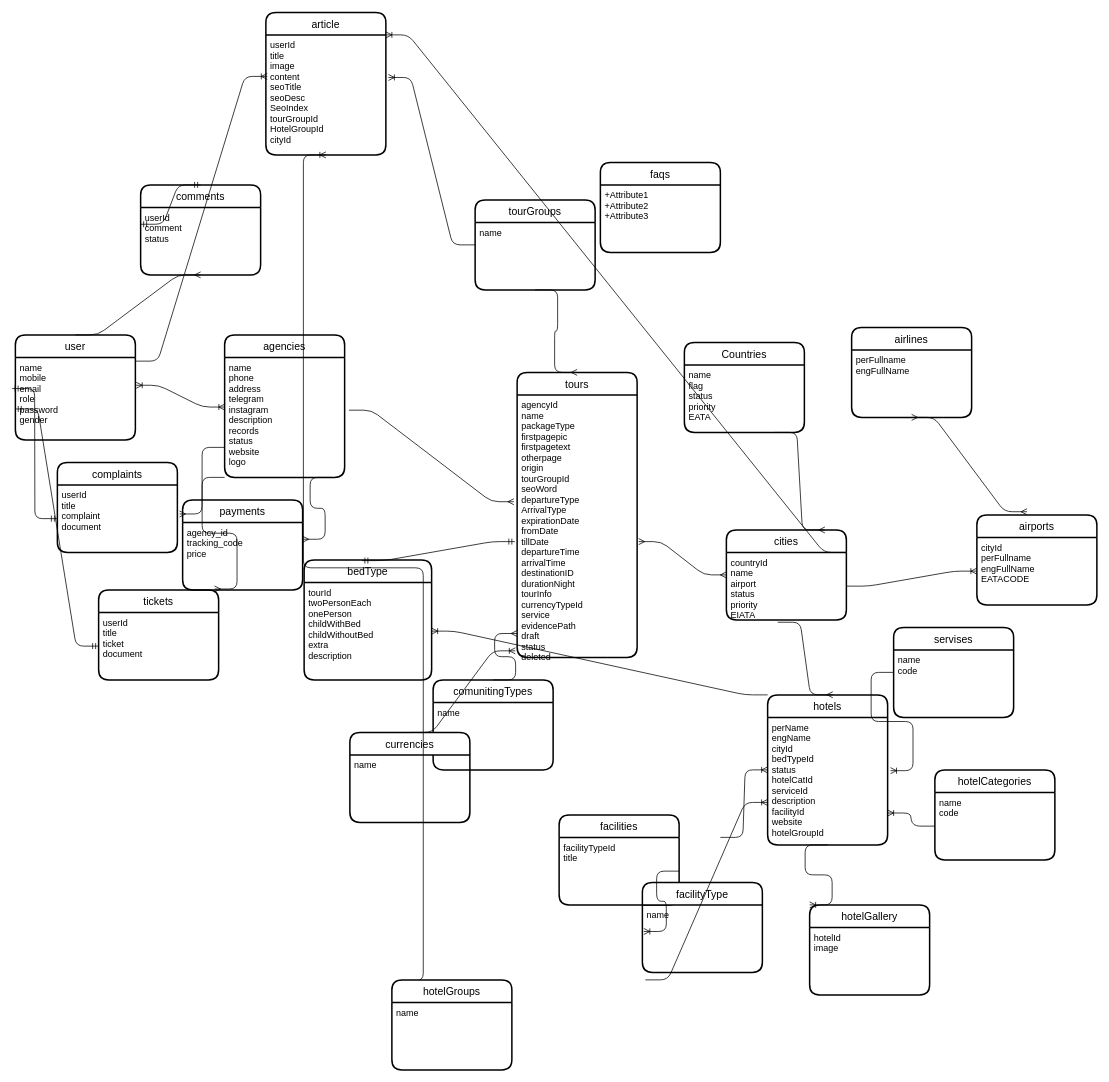
Above: Untitled Diagram.drawio in hamedhsm73/gitProject (draw.io), before the change. Source tidied: cells renumbered, new cells numbered last; positions are measured from the earlier drawing's top-left corner, leaving out a move shared by most shapes. Both pictures are drawn from the tidied source at 75%, with x=0, y=0 at pixel (15, 12).
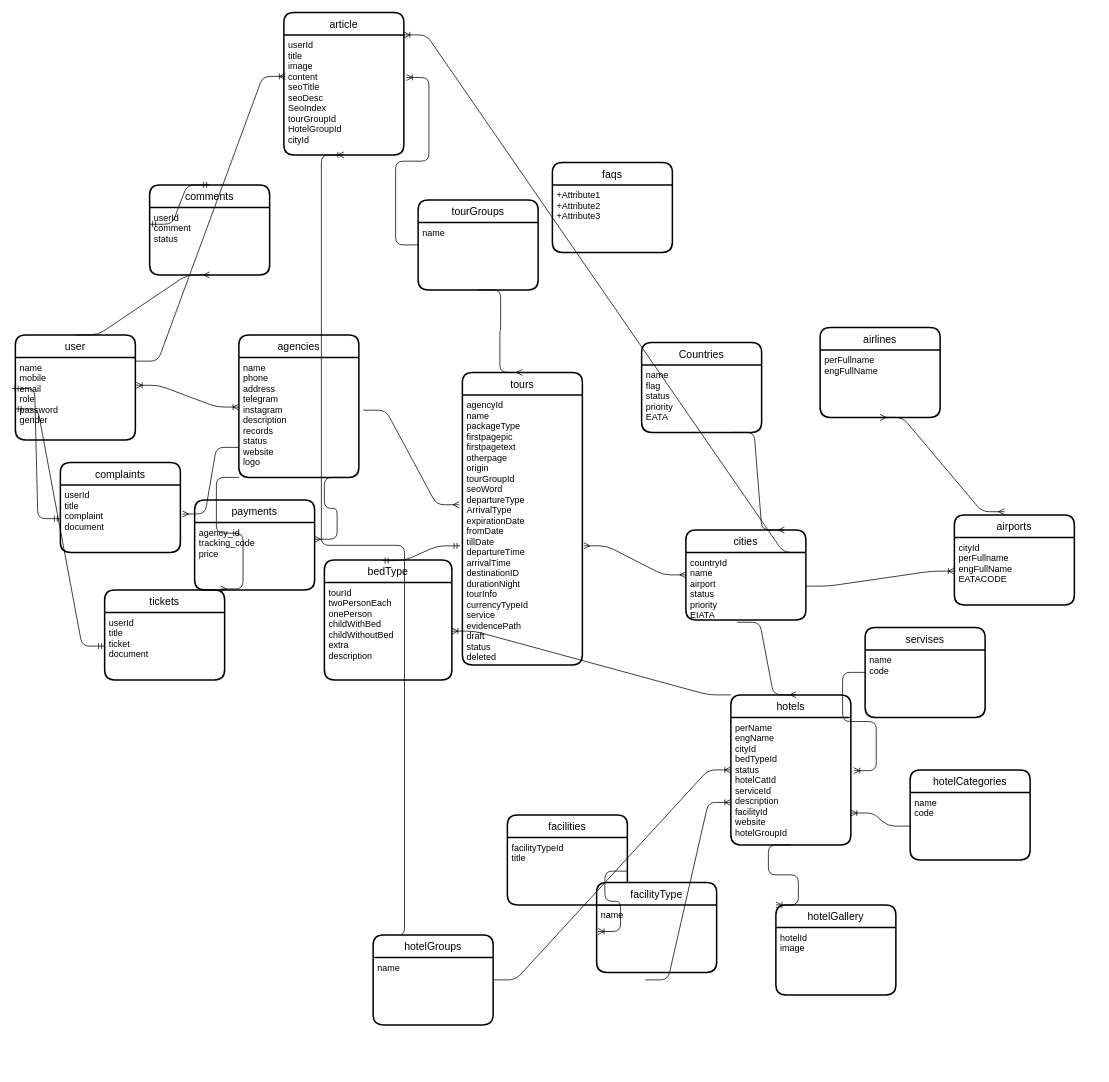
The same diagram, later.

Diff of the diagram source:
```diff
@@
     <mxCell id="4" value="complaints" style="swimlane;horizontal=1;startSize=30;rounded=1;fontSize=14;fontStyle=0;strokeWidth=2;shadow=0;dashed=0;align=center;" parent="1" vertex="1">
-      <mxGeometry x="56" y="600" width="160" height="120" as="geometry" />
+      <mxGeometry x="60" y="600" width="160" height="120" as="geometry" />
     </mxCell>
@@
     <mxCell id="6" value="tickets" style="swimlane;horizontal=1;startSize=30;rounded=1;fontSize=14;fontStyle=0;strokeWidth=2;shadow=0;dashed=0;align=center;" parent="1" vertex="1">
-      <mxGeometry x="111" y="770" width="160" height="120" as="geometry" />
+      <mxGeometry x="119" y="770" width="160" height="120" as="geometry" />
     </mxCell>
@@
     <mxCell id="8" value="agencies" style="swimlane;horizontal=1;startSize=30;rounded=1;fontSize=14;fontStyle=0;strokeWidth=2;shadow=0;dashed=0;align=center;" parent="1" vertex="1">
-      <mxGeometry x="279" y="430" width="160" height="190" as="geometry" />
+      <mxGeometry x="298" y="430" width="160" height="190" as="geometry" />
     </mxCell>
@@
     <mxCell id="10" value="payments" style="swimlane;horizontal=1;startSize=30;rounded=1;fontSize=14;fontStyle=0;strokeWidth=2;shadow=0;dashed=0;align=center;" parent="1" vertex="1">
-      <mxGeometry x="223" y="650" width="160" height="120" as="geometry" />
+      <mxGeometry x="239" y="650" width="160" height="120" as="geometry" />
     </mxCell>
@@
     <mxCell id="17" value="tours" style="swimlane;horizontal=1;startSize=30;rounded=1;fontSize=14;fontStyle=0;strokeWidth=2;shadow=0;dashed=0;align=center;" parent="1" vertex="1">
-      <mxGeometry x="669" y="480" width="160" height="380" as="geometry" />
+      <mxGeometry x="596" y="480" width="160" height="390" as="geometry" />
     </mxCell>
     <mxCell id="18" value="agencyId&#10;name&#10;packageType&#10;firstpagepic&#10;firstpagetext&#10;otherpage&#10;origin&#10;tourGroupId&#10;seoWord&#10;departureType&#10;ArrivalType&#10;expirationDate&#10;fromDate&#10;tillDate&#10;departureTime&#10;arrivalTime&#10;destinationID&#10;durationNight&#10;tourInfo&#10;currencyTypeId&#10;service&#10;evidencePath&#10;draft&#10;status&#10;deleted&#10;" style="align=left;strokeColor=none;fillColor=none;spacingLeft=4;fontSize=12;verticalAlign=top;" parent="17" vertex="1">
-      <mxGeometry y="30" width="160" height="350" as="geometry" />
+      <mxGeometry y="30" width="160" height="360" as="geometry" />
     </mxCell>
     <mxCell id="19" value="Countries" style="swimlane;horizontal=1;startSize=30;rounded=1;fontSize=14;fontStyle=0;strokeWidth=2;shadow=0;dashed=0;align=center;" parent="1" vertex="1">
-      <mxGeometry x="892" y="440" width="160" height="120" as="geometry" />
+      <mxGeometry x="835" y="440" width="160" height="120" as="geometry" />
     </mxCell>
@@
     <mxCell id="21" value="cities" style="swimlane;horizontal=1;startSize=30;rounded=1;fontSize=14;fontStyle=0;strokeWidth=2;shadow=0;dashed=0;align=center;" parent="1" vertex="1">
-      <mxGeometry x="948" y="690" width="160" height="120" as="geometry" />
+      <mxGeometry x="894" y="690" width="160" height="120" as="geometry" />
     </mxCell>
@@
     <mxCell id="25" value="tourGroups" style="swimlane;horizontal=1;startSize=30;rounded=1;fontSize=14;fontStyle=0;strokeWidth=2;shadow=0;dashed=0;align=center;" parent="1" vertex="1">
-      <mxGeometry x="613" y="250" width="160" height="120" as="geometry" />
+      <mxGeometry x="537" y="250" width="160" height="120" as="geometry" />
     </mxCell>
@@
-    <mxCell id="28" value="comunitingTypes" style="swimlane;horizontal=1;startSize=30;rounded=1;fontSize=14;fontStyle=0;strokeWidth=2;shadow=0;dashed=0;align=center;" parent="1" vertex="1">
-      <mxGeometry x="557" y="890" width="160" height="120" as="geometry" />
-    </mxCell>
-    <mxCell id="29" value="name" style="align=left;strokeColor=none;fillColor=none;spacingLeft=4;fontSize=12;verticalAlign=top;" parent="28" vertex="1">
-      <mxGeometry y="30" width="160" height="90" as="geometry" />
-    </mxCell>
-    <mxCell id="30" style="edgeStyle=entityRelationEdgeStyle;fontSize=12;html=1;endArrow=ERmany;entryX=0;entryY=0.909;entryDx=0;entryDy=0;entryPerimeter=0;exitX=0.5;exitY=0;exitDx=0;exitDy=0;" parent="1" edge="1" source="28" target="18">
-      <mxGeometry relative="1" as="geometry" />
-    </mxCell>
     <mxCell id="31" value="bedType" style="swimlane;horizontal=1;startSize=30;rounded=1;fontSize=14;fontStyle=0;strokeWidth=2;shadow=0;dashed=0;align=center;" parent="1" vertex="1">
-      <mxGeometry x="385" y="730" width="170" height="160" as="geometry" />
+      <mxGeometry x="412" y="730" width="170" height="160" as="geometry" />
     </mxCell>
@@
     <mxCell id="35" value="hotels" style="swimlane;horizontal=1;startSize=30;rounded=1;fontSize=14;fontStyle=0;strokeWidth=2;shadow=0;dashed=0;align=center;" parent="1" vertex="1">
-      <mxGeometry x="1003" y="910" width="160" height="200" as="geometry" />
+      <mxGeometry x="954" y="910" width="160" height="200" as="geometry" />
     </mxCell>
@@
     <mxCell id="39" value="servises" style="swimlane;horizontal=1;startSize=30;rounded=1;fontSize=14;fontStyle=0;strokeWidth=2;shadow=0;dashed=0;align=center;" parent="1" vertex="1">
-      <mxGeometry x="1171" y="820" width="160" height="120" as="geometry" />
+      <mxGeometry x="1133" y="820" width="160" height="120" as="geometry" />
     </mxCell>
@@
     <mxCell id="41" value="hotelCategories" style="swimlane;horizontal=1;startSize=30;rounded=1;fontSize=14;fontStyle=0;strokeWidth=2;shadow=0;dashed=0;align=center;" parent="1" vertex="1">
-      <mxGeometry x="1226" y="1010" width="160" height="120" as="geometry" />
+      <mxGeometry x="1193" y="1010" width="160" height="120" as="geometry" />
     </mxCell>
@@
     <mxCell id="45" value="faqs" style="swimlane;horizontal=1;startSize=30;rounded=1;fontSize=14;fontStyle=0;strokeWidth=2;shadow=0;dashed=0;align=center;" parent="1" vertex="1">
-      <mxGeometry x="780" y="200" width="160" height="120" as="geometry" />
+      <mxGeometry x="716" y="200" width="160" height="120" as="geometry" />
     </mxCell>
@@
     <mxCell id="47" value="airlines" style="swimlane;horizontal=1;startSize=30;rounded=1;fontSize=14;fontStyle=0;strokeWidth=2;shadow=0;dashed=0;align=center;" parent="1" vertex="1">
-      <mxGeometry x="1115" y="420" width="160" height="120" as="geometry" />
+      <mxGeometry x="1073" y="420" width="160" height="120" as="geometry" />
     </mxCell>
@@
     <mxCell id="49" value="airports" style="swimlane;horizontal=1;startSize=30;rounded=1;fontSize=14;fontStyle=0;strokeWidth=2;shadow=0;dashed=0;align=center;" parent="1" vertex="1">
-      <mxGeometry x="1282" y="670" width="160" height="120" as="geometry" />
+      <mxGeometry x="1252" y="670" width="160" height="120" as="geometry" />
     </mxCell>
@@
     <mxCell id="53" value="facilities" style="swimlane;horizontal=1;startSize=30;rounded=1;fontSize=14;fontStyle=0;strokeWidth=2;shadow=0;dashed=0;align=center;" parent="1" vertex="1">
-      <mxGeometry x="725" y="1070" width="160" height="120" as="geometry" />
+      <mxGeometry x="656" y="1070" width="160" height="120" as="geometry" />
     </mxCell>
@@
     <mxCell id="55" value="facilityType" style="swimlane;horizontal=1;startSize=30;rounded=1;fontSize=14;fontStyle=0;strokeWidth=2;shadow=0;dashed=0;align=center;" parent="1" vertex="1">
-      <mxGeometry x="836" y="1160" width="160" height="120" as="geometry" />
+      <mxGeometry x="775" y="1160" width="160" height="120" as="geometry" />
     </mxCell>
@@
     <mxCell id="57" value="comments" style="swimlane;horizontal=1;startSize=30;rounded=1;fontSize=14;fontStyle=0;strokeWidth=2;shadow=0;dashed=0;align=center;" parent="1" vertex="1">
-      <mxGeometry x="167" y="230" width="160" height="120" as="geometry" />
+      <mxGeometry x="179" y="230" width="160" height="120" as="geometry" />
     </mxCell>
@@
-    <mxCell id="62" value="currencies" style="swimlane;horizontal=1;startSize=30;rounded=1;fontSize=14;fontStyle=0;strokeWidth=2;shadow=0;dashed=0;align=center;" parent="1" vertex="1">
-      <mxGeometry x="446" y="960" width="160" height="120" as="geometry" />
-    </mxCell>
-    <mxCell id="63" value="name" style="align=left;strokeColor=none;fillColor=none;spacingLeft=4;fontSize=12;verticalAlign=top;" parent="62" vertex="1">
-      <mxGeometry y="30" width="160" height="90" as="geometry" />
-    </mxCell>
     <mxCell id="64" value="article" style="swimlane;horizontal=1;startSize=30;rounded=1;fontSize=14;fontStyle=0;strokeWidth=2;shadow=0;dashed=0;align=center;" parent="1" vertex="1">
-      <mxGeometry x="334" width="160" height="190" as="geometry" />
+      <mxGeometry x="358" width="160" height="190" as="geometry" />
     </mxCell>
@@
-    <mxCell id="67" style="edgeStyle=entityRelationEdgeStyle;fontSize=12;html=1;endArrow=ERoneToMany;exitX=0.5;exitY=0;exitDx=0;exitDy=0;entryX=-0.015;entryY=0.975;entryDx=0;entryDy=0;entryPerimeter=0;" parent="1" edge="1" source="62" target="18">
-      <mxGeometry relative="1" as="geometry" />
-    </mxCell>
@@
-    <mxCell id="69" style="edgeStyle=entityRelationEdgeStyle;fontSize=12;html=1;endArrow=ERoneToMany;entryX=0;entryY=0.5;entryDx=0;entryDy=0;" parent="1" edge="1" target="35">
-      <mxGeometry relative="1" as="geometry">
-        <mxPoint x="940" y="1100" as="sourcePoint" />
-      </mxGeometry>
+    <mxCell id="69" style="edgeStyle=entityRelationEdgeStyle;fontSize=12;html=1;endArrow=ERoneToMany;entryX=0;entryY=0.5;entryDx=0;entryDy=0;exitX=1;exitY=0.5;exitDx=0;exitDy=0;" parent="1" edge="1" source="73" target="35">
+      <mxGeometry relative="1" as="geometry" />
     </mxCell>
     <mxCell id="70" value="hotelGallery" style="swimlane;horizontal=1;startSize=30;rounded=1;fontSize=14;fontStyle=0;strokeWidth=2;shadow=0;dashed=0;align=center;" parent="1" vertex="1">
-      <mxGeometry x="1059" y="1190" width="160" height="120" as="geometry" />
+      <mxGeometry x="1014" y="1190" width="160" height="120" as="geometry" />
     </mxCell>
@@
     <mxCell id="73" value="hotelGroups" style="swimlane;horizontal=1;startSize=30;rounded=1;fontSize=14;fontStyle=0;strokeWidth=2;shadow=0;dashed=0;align=center;" parent="1" vertex="1">
-      <mxGeometry x="502" y="1290" width="160" height="120" as="geometry" />
+      <mxGeometry x="477" y="1230" width="160" height="120" as="geometry" />
     </mxCell>
```
